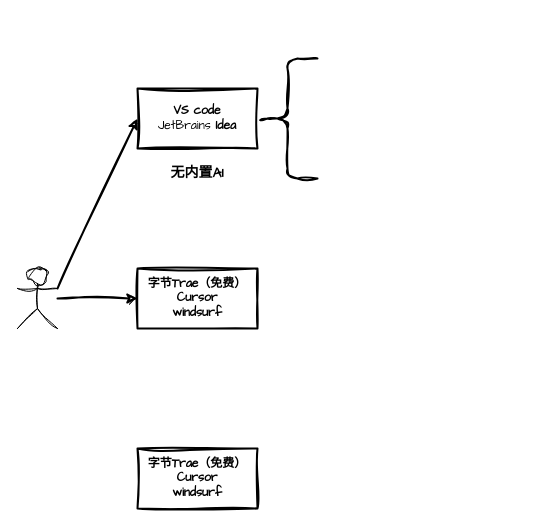
zhuanzhuan-tech/arch-draw-io keeps this draw.io diagram as tc/AI工具.drawio. Above is the earlier version. Source tidied: cells renumbered, new cells numbered last; positions are measured from the earlier drawing's top-left corner, leaving out a move shared by most shapes. Both pictures are drawn from the tidied source at 100%, with x=0, y=0 at pixel (17, 58).
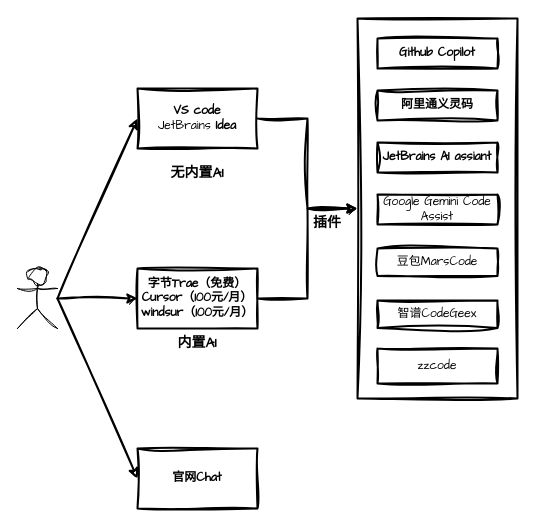
The same diagram, later.

Unchanged cells that the change refers to:
```xml
<mxCell id="2" style="shape=umlActor;verticalLabelPosition=bottom;verticalAlign=top;html=1;outlineConnect=0;sketch=1;hachureGap=4;jiggle=2;curveFitting=1;fontFamily=Architects Daughter;" parent="1" vertex="1">
  <mxGeometry y="210" width="40" height="60" as="geometry" />
</mxCell>
<mxCell id="3" value="&lt;b&gt;VS code&lt;/b&gt;&lt;div&gt;&lt;span style=&quot;background-color: transparent; color: light-dark(rgb(0, 0, 0), rgb(255, 255, 255));&quot;&gt;JetBrains&amp;nbsp;&lt;/span&gt;&lt;b&gt;Idea&lt;/b&gt;&lt;/div&gt;" style="rounded=0;whiteSpace=wrap;html=1;sketch=1;hachureGap=4;jiggle=2;curveFitting=1;fontFamily=Architects Daughter;fillColor=none;strokeWidth=2;" parent="1" vertex="1">
  <mxGeometry x="120" y="30" width="120" height="60" as="geometry" />
</mxCell>
```

The edit, as a diff of the source:
```diff
@@
+    <mxCell id="10" style="rounded=0;whiteSpace=wrap;html=1;sketch=1;hachureGap=4;jiggle=2;curveFitting=1;fontFamily=Architects Daughter;fillColor=none;strokeWidth=2;" parent="1" vertex="1">
+      <mxGeometry x="340" y="-40" width="160" height="380" as="geometry" />
+    </mxCell>
@@
+    <mxCell id="11" style="edgeStyle=orthogonalEdgeStyle;rounded=0;sketch=1;hachureGap=4;jiggle=2;curveFitting=1;jettySize=auto;html=1;exitX=1;exitY=0.5;exitDx=0;exitDy=0;entryX=0;entryY=0.5;entryDx=0;entryDy=0;fontFamily=Architects Daughter;strokeWidth=2;" parent="1" edge="1" source="3" target="10">
+      <mxGeometry relative="1" as="geometry" />
+    </mxCell>
@@
+    <mxCell id="12" style="edgeStyle=orthogonalEdgeStyle;rounded=0;sketch=1;hachureGap=4;jiggle=2;curveFitting=1;jettySize=auto;html=1;exitX=1;exitY=0.5;exitDx=0;exitDy=0;entryX=0;entryY=0.5;entryDx=0;entryDy=0;fontFamily=Architects Daughter;strokeWidth=2;" parent="1" edge="1" source="4" target="10">
+      <mxGeometry relative="1" as="geometry" />
+    </mxCell>
-    <mxCell id="4" value="&lt;b&gt;字节Trae（免费）&lt;/b&gt;&lt;div&gt;&lt;b&gt;Cursor&lt;/b&gt;&lt;/div&gt;&lt;div&gt;&lt;b&gt;windsurf&lt;/b&gt;&lt;/div&gt;" style="rounded=0;whiteSpace=wrap;html=1;sketch=1;hachureGap=4;jiggle=2;curveFitting=1;fontFamily=Architects Daughter;fillColor=none;strokeWidth=2;" parent="1" vertex="1">
+    <mxCell id="4" value="&lt;b&gt;字节Trae（免费）&lt;/b&gt;&lt;div&gt;&lt;b&gt;Cursor（100元/月）&lt;/b&gt;&lt;/div&gt;&lt;div&gt;&lt;b&gt;windsur&lt;/b&gt;&lt;b style=&quot;background-color: transparent; color: light-dark(rgb(0, 0, 0), rgb(255, 255, 255));&quot;&gt;（100元/月）&lt;/b&gt;&lt;/div&gt;" style="rounded=0;whiteSpace=wrap;html=1;sketch=1;hachureGap=4;jiggle=2;curveFitting=1;fontFamily=Architects Daughter;fillColor=none;strokeWidth=2;" parent="1" vertex="1">
       <mxGeometry x="120" y="210" width="120" height="60" as="geometry" />
     </mxCell>
-    <mxCell id="5" style="endArrow=classic;html=1;rounded=0;sketch=1;hachureGap=4;jiggle=2;curveFitting=1;fontFamily=Architects Daughter;strokeWidth=2;entryX=0;entryY=0.5;entryDx=0;entryDy=0;exitX=1;exitY=0.3333333333333333;exitDx=0;exitDy=0;exitPerimeter=0;" parent="1" edge="1" source="2" target="3">
-      <mxGeometry relative="1" as="geometry" />
+    <mxCell id="5" style="endArrow=classic;html=1;rounded=0;sketch=1;hachureGap=4;jiggle=2;curveFitting=1;fontFamily=Architects Daughter;strokeWidth=2;entryX=0;entryY=0.5;entryDx=0;entryDy=0;" parent="1" edge="1" target="3">
+      <mxGeometry relative="1" as="geometry">
+        <mxPoint x="40" y="240" as="sourcePoint" />
+      </mxGeometry>
     </mxCell>
-    <mxCell id="6" value="&lt;b&gt;字节Trae（免费）&lt;/b&gt;&lt;div&gt;&lt;b&gt;Cursor&lt;/b&gt;&lt;/div&gt;&lt;div&gt;&lt;b&gt;windsurf&lt;/b&gt;&lt;/div&gt;" style="rounded=0;whiteSpace=wrap;html=1;sketch=1;hachureGap=4;jiggle=2;curveFitting=1;fontFamily=Architects Daughter;fillColor=none;strokeWidth=2;" parent="1" vertex="1">
+    <mxCell id="6" value="&lt;b&gt;官网Chat&lt;/b&gt;" style="rounded=0;whiteSpace=wrap;html=1;sketch=1;hachureGap=4;jiggle=2;curveFitting=1;fontFamily=Architects Daughter;fillColor=none;strokeWidth=2;" parent="1" vertex="1">
       <mxGeometry x="120" y="390" width="120" height="60" as="geometry" />
     </mxCell>
@@
-    <mxCell id="9" style="shape=curlyBracket;whiteSpace=wrap;html=1;rounded=1;labelPosition=left;verticalLabelPosition=middle;align=right;verticalAlign=middle;sketch=1;hachureGap=4;jiggle=2;curveFitting=1;fontFamily=Architects Daughter;strokeWidth=2;" parent="1" vertex="1">
-      <mxGeometry x="240" width="60" height="120" as="geometry" />
-    </mxCell>
+    <mxCell id="13" value="&lt;b style=&quot;forced-color-adjust: none; color: rgb(0, 0, 0); font-family: &amp;quot;Architects Daughter&amp;quot;; font-style: normal; font-variant-ligatures: normal; font-variant-caps: normal; letter-spacing: normal; orphans: 2; text-indent: 0px; text-transform: none; widows: 2; word-spacing: 0px; -webkit-text-stroke-width: 0px; white-space: nowrap; text-decoration-thickness: initial; text-decoration-style: initial; text-decoration-color: initial;&quot;&gt;&lt;font style=&quot;forced-color-adjust: none; font-size: 14px;&quot;&gt;插件&lt;/font&gt;&lt;/b&gt;" style="text;whiteSpace=wrap;html=1;fontFamily=Architects Daughter;align=center;" parent="1" vertex="1">
+      <mxGeometry x="270" y="150" width="80" height="40" as="geometry" />
+    </mxCell>
+    <mxCell id="14" value="&lt;b&gt;Github Copilot&lt;/b&gt;" style="rounded=0;whiteSpace=wrap;html=1;sketch=1;hachureGap=4;jiggle=2;curveFitting=1;fontFamily=Architects Daughter;fillColor=none;strokeWidth=2;" parent="1" vertex="1">
+      <mxGeometry x="360" y="-20" width="120" height="30" as="geometry" />
+    </mxCell>
+    <mxCell id="15" value="&lt;b&gt;阿里通义灵码&lt;/b&gt;" style="rounded=0;whiteSpace=wrap;html=1;sketch=1;hachureGap=4;jiggle=2;curveFitting=1;fontFamily=Architects Daughter;fillColor=none;strokeWidth=2;" parent="1" vertex="1">
+      <mxGeometry x="360" y="32" width="120" height="30" as="geometry" />
+    </mxCell>
+    <mxCell id="16" value="&lt;b&gt;JetBrains AI assiant&lt;/b&gt;" style="rounded=0;whiteSpace=wrap;html=1;sketch=1;hachureGap=4;jiggle=2;curveFitting=1;fontFamily=Architects Daughter;fillColor=none;strokeWidth=2;" parent="1" vertex="1">
+      <mxGeometry x="360" y="84" width="120" height="30" as="geometry" />
+    </mxCell>
+    <mxCell id="17" value="&lt;span style=&quot;background-color: transparent; color: light-dark(rgb(0, 0, 0), rgb(255, 255, 255));&quot;&gt;Google Gemini Code Assist&lt;/span&gt;" style="rounded=0;whiteSpace=wrap;html=1;sketch=1;hachureGap=4;jiggle=2;curveFitting=1;fontFamily=Architects Daughter;fillColor=none;strokeWidth=2;" parent="1" vertex="1">
+      <mxGeometry x="360" y="136" width="120" height="30" as="geometry" />
+    </mxCell>
+    <mxCell id="18" value="&lt;div data-mind-map-text=&quot;[{&amp;quot;paragraphProps&amp;quot;:{&amp;quot;type&amp;quot;:&amp;quot;paragraph&amp;quot;,&amp;quot;textAlign&amp;quot;:0,&amp;quot;lineSpacing&amp;quot;:1.4},&amp;quot;isComplete&amp;quot;:true,&amp;quot;textProps&amp;quot;:[{&amp;quot;type&amp;quot;:&amp;quot;text&amp;quot;,&amp;quot;text&amp;quot;:&amp;quot;豆包MarsCode&amp;quot;,&amp;quot;color&amp;quot;:&amp;quot;#1f1f1f&amp;quot;,&amp;quot;fontWeight&amp;quot;:400,&amp;quot;fontSize&amp;quot;:14,&amp;quot;fontFamily&amp;quot;:&amp;quot;\&amp;quot;Helvetica Neue\&amp;quot;, Helvetica, \&amp;quot;PingFang SC\&amp;quot;, \&amp;quot;Microsoft YaHei\&amp;quot;, \&amp;quot;Source Han Sans SC\&amp;quot;, \&amp;quot;Noto Sans CJK SC\&amp;quot;, \&amp;quot;WenQuanYi Micro Hei\&amp;quot;, sans-serif&amp;quot;,&amp;quot;italic&amp;quot;:false,&amp;quot;underline&amp;quot;:false,&amp;quot;strike&amp;quot;:false}]}]&quot;&gt;豆包MarsCode&lt;/div&gt;" style="rounded=0;whiteSpace=wrap;html=1;sketch=1;hachureGap=4;jiggle=2;curveFitting=1;fontFamily=Architects Daughter;fillColor=none;strokeWidth=2;" parent="1" vertex="1">
+      <mxGeometry x="360" y="190" width="120" height="27.5" as="geometry" />
+    </mxCell>
+    <mxCell id="19" value="&lt;div data-mind-map-text=&quot;[{&amp;quot;paragraphProps&amp;quot;:{&amp;quot;type&amp;quot;:&amp;quot;paragraph&amp;quot;,&amp;quot;textAlign&amp;quot;:0,&amp;quot;lineSpacing&amp;quot;:1.4},&amp;quot;isComplete&amp;quot;:true,&amp;quot;textProps&amp;quot;:[{&amp;quot;type&amp;quot;:&amp;quot;text&amp;quot;,&amp;quot;text&amp;quot;:&amp;quot;豆包MarsCode&amp;quot;,&amp;quot;color&amp;quot;:&amp;quot;#1f1f1f&amp;quot;,&amp;quot;fontWeight&amp;quot;:400,&amp;quot;fontSize&amp;quot;:14,&amp;quot;fontFamily&amp;quot;:&amp;quot;\&amp;quot;Helvetica Neue\&amp;quot;, Helvetica, \&amp;quot;PingFang SC\&amp;quot;, \&amp;quot;Microsoft YaHei\&amp;quot;, \&amp;quot;Source Han Sans SC\&amp;quot;, \&amp;quot;Noto Sans CJK SC\&amp;quot;, \&amp;quot;WenQuanYi Micro Hei\&amp;quot;, sans-serif&amp;quot;,&amp;quot;italic&amp;quot;:false,&amp;quot;underline&amp;quot;:false,&amp;quot;strike&amp;quot;:false}]}]&quot;&gt;&lt;div data-mind-map-text=&quot;[{&amp;quot;paragraphProps&amp;quot;:{&amp;quot;type&amp;quot;:&amp;quot;paragraph&amp;quot;,&amp;quot;textAlign&amp;quot;:0,&amp;quot;lineSpacing&amp;quot;:1.4},&amp;quot;isComplete&amp;quot;:true,&amp;quot;textProps&amp;quot;:[{&amp;quot;type&amp;quot;:&amp;quot;text&amp;quot;,&amp;quot;text&amp;quot;:&amp;quot;zzcode&amp;quot;,&amp;quot;color&amp;quot;:&amp;quot;#1f1f1f&amp;quot;,&amp;quot;fontWeight&amp;quot;:400,&amp;quot;fontSize&amp;quot;:14,&amp;quot;fontFamily&amp;quot;:&amp;quot;\&amp;quot;Helvetica Neue\&amp;quot;, Helvetica, \&amp;quot;PingFang SC\&amp;quot;, \&amp;quot;Microsoft YaHei\&amp;quot;, \&amp;quot;Source Han Sans SC\&amp;quot;, \&amp;quot;Noto Sans CJK SC\&amp;quot;, \&amp;quot;WenQuanYi Micro Hei\&amp;quot;, sans-serif&amp;quot;,&amp;quot;italic&amp;quot;:false,&amp;quot;underline&amp;quot;:false,&amp;quot;strike&amp;quot;:false}]}]&quot;&gt;zzcode&lt;/div&gt;&lt;/div&gt;" style="rounded=0;whiteSpace=wrap;html=1;sketch=1;hachureGap=4;jiggle=2;curveFitting=1;fontFamily=Architects Daughter;fillColor=none;strokeWidth=2;" parent="1" vertex="1">
+      <mxGeometry x="360" y="290" width="120" height="35" as="geometry" />
+    </mxCell>
+    <mxCell id="20" value="&lt;b style=&quot;forced-color-adjust: none; color: rgb(0, 0, 0); font-family: &amp;quot;Architects Daughter&amp;quot;; font-style: normal; font-variant-ligatures: normal; font-variant-caps: normal; letter-spacing: normal; orphans: 2; text-indent: 0px; text-transform: none; widows: 2; word-spacing: 0px; -webkit-text-stroke-width: 0px; white-space: nowrap; text-decoration-thickness: initial; text-decoration-style: initial; text-decoration-color: initial;&quot;&gt;&lt;font style=&quot;forced-color-adjust: none; font-size: 14px;&quot;&gt;内置AI&lt;/font&gt;&lt;/b&gt;" style="text;whiteSpace=wrap;html=1;fontFamily=Architects Daughter;align=center;" parent="1" vertex="1">
+      <mxGeometry x="140" y="270" width="80" height="40" as="geometry" />
+    </mxCell>
+    <mxCell id="21" style="endArrow=classic;html=1;rounded=0;sketch=1;hachureGap=4;jiggle=2;curveFitting=1;fontFamily=Architects Daughter;strokeWidth=2;entryX=0;entryY=0.5;entryDx=0;entryDy=0;" parent="1" edge="1" target="6">
+      <mxGeometry relative="1" as="geometry">
+        <mxPoint x="40" y="240" as="sourcePoint" />
+      </mxGeometry>
+    </mxCell>
+    <mxCell id="22" value="&lt;div data-mind-map-text=&quot;[{&amp;quot;paragraphProps&amp;quot;:{&amp;quot;type&amp;quot;:&amp;quot;paragraph&amp;quot;,&amp;quot;textAlign&amp;quot;:0,&amp;quot;lineSpacing&amp;quot;:1.4},&amp;quot;isComplete&amp;quot;:true,&amp;quot;textProps&amp;quot;:[{&amp;quot;type&amp;quot;:&amp;quot;text&amp;quot;,&amp;quot;text&amp;quot;:&amp;quot;豆包MarsCode&amp;quot;,&amp;quot;color&amp;quot;:&amp;quot;#1f1f1f&amp;quot;,&amp;quot;fontWeight&amp;quot;:400,&amp;quot;fontSize&amp;quot;:14,&amp;quot;fontFamily&amp;quot;:&amp;quot;\&amp;quot;Helvetica Neue\&amp;quot;, Helvetica, \&amp;quot;PingFang SC\&amp;quot;, \&amp;quot;Microsoft YaHei\&amp;quot;, \&amp;quot;Source Han Sans SC\&amp;quot;, \&amp;quot;Noto Sans CJK SC\&amp;quot;, \&amp;quot;WenQuanYi Micro Hei\&amp;quot;, sans-serif&amp;quot;,&amp;quot;italic&amp;quot;:false,&amp;quot;underline&amp;quot;:false,&amp;quot;strike&amp;quot;:false}]}]&quot;&gt;智谱CodeGeex&lt;/div&gt;" style="rounded=0;whiteSpace=wrap;html=1;sketch=1;hachureGap=4;jiggle=2;curveFitting=1;fontFamily=Architects Daughter;fillColor=none;strokeWidth=2;" parent="1" vertex="1">
+      <mxGeometry x="360" y="242" width="120" height="27.5" as="geometry" />
+    </mxCell>
```
